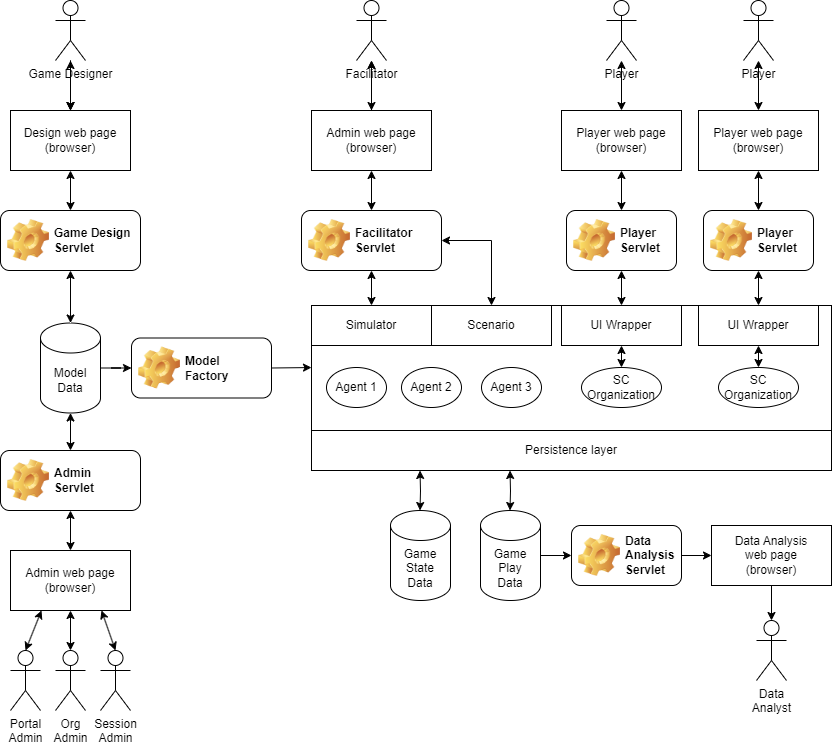
The draw.io diagram doc/4-architecture/diagrams/gscg-architecture.png in averbraeck/gscg-design, before a commit. Source tidied: cells renumbered, new cells last; positions are measured from the earlier drawing's top-left corner, leaving out a move shared by most shapes.
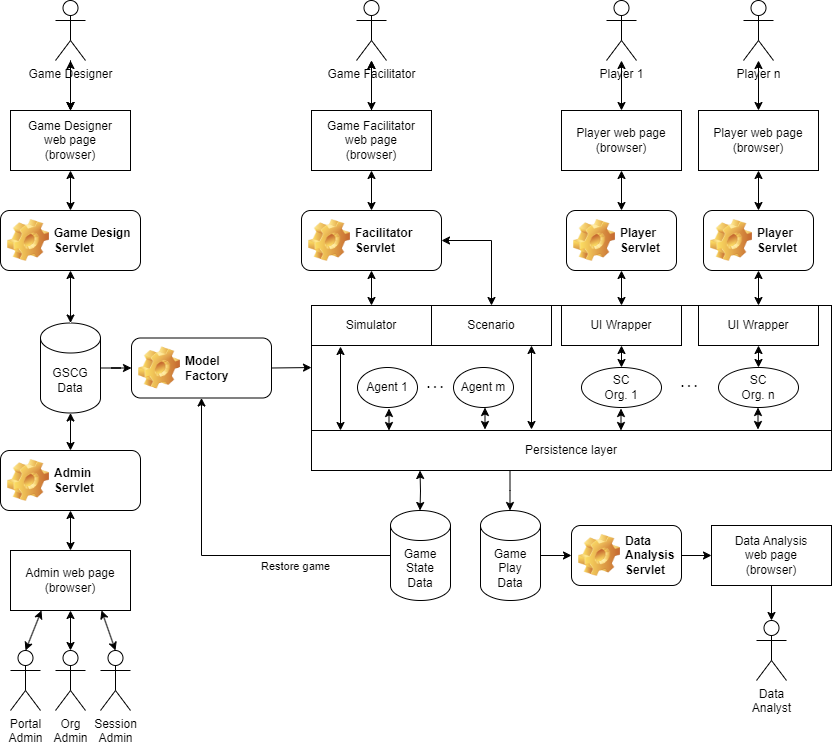
Above is the later version.

Commit message:
Clearer communication with the persistence layer

The edit, as a diff of the source:
```diff
@@ -5,13 +5,13 @@
     <mxCell id="2" style="edgeStyle=orthogonalEdgeStyle;rounded=0;jettySize=auto;html=1;" parent="1" edge="1" source="3" target="12">
       <mxGeometry relative="1" as="geometry" />
     </mxCell>
-    <mxCell id="3" value="Model&lt;br&gt;Data" style="shape=cylinder3;whiteSpace=wrap;html=1;boundedLbl=1;backgroundOutline=1;size=15;" parent="1" vertex="1">
+    <mxCell id="3" value="GSCG&lt;br&gt;Data" style="shape=cylinder3;whiteSpace=wrap;html=1;boundedLbl=1;backgroundOutline=1;size=15;" parent="1" vertex="1">
       <mxGeometry x="40" y="322.5" width="60" height="90" as="geometry" />
     </mxCell>
     <mxCell id="4" style="edgeStyle=orthogonalEdgeStyle;rounded=0;jettySize=auto;html=1;startArrow=classic;startFill=1;" parent="1" edge="1" source="5" target="11">
       <mxGeometry relative="1" as="geometry" />
     </mxCell>
-    <mxCell id="5" value="Design web page&lt;br&gt;(browser)&lt;div&gt;&lt;/div&gt;" style="rounded=0;whiteSpace=wrap;html=1;" parent="1" vertex="1">
+    <mxCell id="5" value="Game Designer&lt;br&gt;web page&lt;br&gt;(browser)&lt;div&gt;&lt;/div&gt;" style="rounded=0;whiteSpace=wrap;html=1;" parent="1" vertex="1">
       <mxGeometry x="10" y="110" width="120" height="60" as="geometry" />
     </mxCell>
     <mxCell id="6" style="edgeStyle=orthogonalEdgeStyle;rounded=0;jettySize=auto;html=1;startArrow=classic;startFill=1;" parent="1" edge="1" source="9" target="5">
@@ -59,31 +59,28 @@
     <mxCell id="20" style="edgeStyle=orthogonalEdgeStyle;rounded=0;jettySize=auto;html=1;" parent="1" edge="1" source="21" target="23">
       <mxGeometry relative="1" as="geometry" />
     </mxCell>
-    <mxCell id="21" value="Admin web page&lt;br&gt;(browser)&lt;div&gt;&lt;/div&gt;" style="rounded=0;whiteSpace=wrap;html=1;" parent="1" vertex="1">
+    <mxCell id="21" value="Game Facilitator&lt;br&gt;web page&lt;br&gt;(browser)&lt;div&gt;&lt;/div&gt;" style="rounded=0;whiteSpace=wrap;html=1;" parent="1" vertex="1">
       <mxGeometry x="311" y="110" width="120" height="60" as="geometry" />
     </mxCell>
     <mxCell id="22" style="edgeStyle=orthogonalEdgeStyle;rounded=0;jettySize=auto;html=1;startArrow=classic;startFill=1;" parent="1" edge="1" source="23" target="21">
       <mxGeometry relative="1" as="geometry" />
     </mxCell>
-    <mxCell id="23" value="Facilitator" style="shape=umlActor;verticalLabelPosition=bottom;verticalAlign=top;html=1;outlineConnect=0;" parent="1" vertex="1">
+    <mxCell id="23" value="Game Facilitator" style="shape=umlActor;verticalLabelPosition=bottom;verticalAlign=top;html=1;outlineConnect=0;" parent="1" vertex="1">
       <mxGeometry x="356" width="30" height="60" as="geometry" />
     </mxCell>
     <mxCell id="24" value="Scenario" style="rounded=0;whiteSpace=wrap;html=1;" parent="1" vertex="1">
       <mxGeometry x="431" y="305" width="120" height="40" as="geometry" />
     </mxCell>
     <mxCell id="25" value="Agent 1" style="ellipse;whiteSpace=wrap;html=1;" parent="1" vertex="1">
-      <mxGeometry x="326" y="367" width="60" height="40" as="geometry" />
+      <mxGeometry x="357" y="367" width="60" height="40" as="geometry" />
     </mxCell>
-    <mxCell id="26" value="Agent 2" style="ellipse;whiteSpace=wrap;html=1;" parent="1" vertex="1">
-      <mxGeometry x="401" y="367" width="60" height="40" as="geometry" />
+    <mxCell id="26" value="Agent m" style="ellipse;whiteSpace=wrap;html=1;" parent="1" vertex="1">
+      <mxGeometry x="453" y="367" width="60" height="40" as="geometry" />
     </mxCell>
-    <mxCell id="27" value="Agent 3" style="ellipse;whiteSpace=wrap;html=1;" parent="1" vertex="1">
-      <mxGeometry x="481" y="367" width="60" height="40" as="geometry" />
-    </mxCell>
-    <mxCell id="28" value="SC&lt;br&gt;Organization" style="ellipse;whiteSpace=wrap;html=1;" parent="1" vertex="1">
+    <mxCell id="28" value="SC&lt;br&gt;Org. 1" style="ellipse;whiteSpace=wrap;html=1;" parent="1" vertex="1">
       <mxGeometry x="581" y="367" width="80" height="40" as="geometry" />
     </mxCell>
-    <mxCell id="29" value="SC&lt;br&gt;Organization" style="ellipse;whiteSpace=wrap;html=1;" parent="1" vertex="1">
+    <mxCell id="29" value="SC&lt;br&gt;Org. n" style="ellipse;whiteSpace=wrap;html=1;" parent="1" vertex="1">
       <mxGeometry x="718" y="367" width="80" height="40" as="geometry" />
     </mxCell>
     <mxCell id="30" style="edgeStyle=orthogonalEdgeStyle;rounded=0;jettySize=auto;html=1;startArrow=classic;startFill=1;" parent="1" edge="1" source="31" target="35">
@@ -113,13 +110,13 @@
     <mxCell id="38" style="edgeStyle=orthogonalEdgeStyle;rounded=0;jettySize=auto;html=1;startArrow=classic;startFill=1;" parent="1" edge="1" source="39" target="43">
       <mxGeometry relative="1" as="geometry" />
     </mxCell>
-    <mxCell id="39" value="Player" style="shape=umlActor;verticalLabelPosition=bottom;verticalAlign=top;html=1;outlineConnect=0;" parent="1" vertex="1">
+    <mxCell id="39" value="Player 1" style="shape=umlActor;verticalLabelPosition=bottom;verticalAlign=top;html=1;outlineConnect=0;" parent="1" vertex="1">
       <mxGeometry x="606" width="30" height="60" as="geometry" />
     </mxCell>
     <mxCell id="40" style="edgeStyle=orthogonalEdgeStyle;rounded=0;jettySize=auto;html=1;startArrow=classic;startFill=1;" parent="1" edge="1" source="41" target="45">
       <mxGeometry relative="1" as="geometry" />
     </mxCell>
-    <mxCell id="41" value="Player" style="shape=umlActor;verticalLabelPosition=bottom;verticalAlign=top;html=1;outlineConnect=0;" parent="1" vertex="1">
+    <mxCell id="41" value="Player n" style="shape=umlActor;verticalLabelPosition=bottom;verticalAlign=top;html=1;outlineConnect=0;" parent="1" vertex="1">
       <mxGeometry x="743" width="30" height="60" as="geometry" />
     </mxCell>
     <mxCell id="42" style="edgeStyle=orthogonalEdgeStyle;rounded=0;jettySize=auto;html=1;startArrow=classic;startFill=1;" parent="1" edge="1" source="43" target="31">
@@ -137,6 +134,9 @@
     <mxCell id="46" value="Persistence layer" style="rounded=0;whiteSpace=wrap;html=1;" parent="1" vertex="1">
       <mxGeometry x="311" y="430" width="520" height="40" as="geometry" />
     </mxCell>
+    <mxCell id="67" value="Restore game" style="edgeStyle=orthogonalEdgeStyle;rounded=0;jettySize=auto;html=1;exitX=0;exitY=0.5;exitDx=0;exitDy=0;exitPerimeter=0;entryX=0.5;entryY=1;entryDx=0;entryDy=0;" parent="1" edge="1" source="47" target="12">
+      <mxGeometry x="-0.45" y="11" relative="1" as="geometry" />
+    </mxCell>
     <mxCell id="47" value="Game&lt;br&gt;State&lt;br&gt;Data" style="shape=cylinder3;whiteSpace=wrap;html=1;boundedLbl=1;backgroundOutline=1;size=15;" parent="1" vertex="1">
       <mxGeometry x="390" y="510" width="60" height="90" as="geometry" />
     </mxCell>
@@ -201,11 +201,57 @@
         <mxPoint x="419.5" y="510" as="targetPoint" />
       </mxGeometry>
     </mxCell>
-    <mxCell id="66" style="edgeStyle=orthogonalEdgeStyle;rounded=0;orthogonalLoop=1;jettySize=auto;html=1;startArrow=classic;startFill=1;exitX=0.5;exitY=1;exitDx=0;exitDy=0;" parent="1" edge="1">
+    <mxCell id="66" style="edgeStyle=orthogonalEdgeStyle;rounded=0;orthogonalLoop=1;jettySize=auto;html=1;startArrow=none;startFill=0;exitX=0.5;exitY=1;exitDx=0;exitDy=0;" parent="1" edge="1">
       <mxGeometry relative="1" as="geometry">
         <mxPoint x="509.5" y="470" as="sourcePoint" />
         <mxPoint x="509.5" y="510" as="targetPoint" />
+        <Array as="points">
+          <mxPoint x="510" y="490" />
+          <mxPoint x="510" y="490" />
+        </Array>
       </mxGeometry>
     </mxCell>
+    <mxCell id="68" style="edgeStyle=orthogonalEdgeStyle;rounded=0;orthogonalLoop=1;jettySize=auto;html=1;startArrow=classic;startFill=1;" parent="1" edge="1">
+      <mxGeometry relative="1" as="geometry">
+        <mxPoint x="757.5" y="407" as="sourcePoint" />
+        <mxPoint x="757.5" y="429" as="targetPoint" />
+      </mxGeometry>
+    </mxCell>
+    <mxCell id="69" style="edgeStyle=orthogonalEdgeStyle;rounded=0;orthogonalLoop=1;jettySize=auto;html=1;startArrow=classic;startFill=1;" parent="1" edge="1">
+      <mxGeometry relative="1" as="geometry">
+        <mxPoint x="620.5" y="408" as="sourcePoint" />
+        <mxPoint x="620.5" y="430" as="targetPoint" />
+      </mxGeometry>
+    </mxCell>
+    <mxCell id="70" style="edgeStyle=orthogonalEdgeStyle;rounded=0;orthogonalLoop=1;jettySize=auto;html=1;startArrow=classic;startFill=1;" parent="1" edge="1">
+      <mxGeometry relative="1" as="geometry">
+        <mxPoint x="484.5" y="407" as="sourcePoint" />
+        <mxPoint x="484.5" y="429" as="targetPoint" />
+      </mxGeometry>
+    </mxCell>
+    <mxCell id="71" style="edgeStyle=orthogonalEdgeStyle;rounded=0;orthogonalLoop=1;jettySize=auto;html=1;startArrow=classic;startFill=1;" parent="1" edge="1">
+      <mxGeometry relative="1" as="geometry">
+        <mxPoint x="388.5" y="408" as="sourcePoint" />
+        <mxPoint x="388.5" y="430" as="targetPoint" />
+      </mxGeometry>
+    </mxCell>
+    <mxCell id="72" style="endArrow=classic;startArrow=classic;html=1;rounded=0;" parent="1" edge="1">
+      <mxGeometry relative="1" as="geometry">
+        <mxPoint x="340" y="430" as="sourcePoint" />
+        <mxPoint x="340" y="346" as="targetPoint" />
+      </mxGeometry>
+    </mxCell>
+    <mxCell id="73" style="endArrow=classic;startArrow=classic;html=1;rounded=0;" parent="1" edge="1">
+      <mxGeometry relative="1" as="geometry">
+        <mxPoint x="531" y="429" as="sourcePoint" />
+        <mxPoint x="531" y="345" as="targetPoint" />
+      </mxGeometry>
+    </mxCell>
+    <mxCell id="74" value=". . ." style="text;html=1;align=center;verticalAlign=middle;whiteSpace=wrap;rounded=0;fontStyle=1;" parent="1" vertex="1">
+      <mxGeometry x="659" y="367.5" width="60" height="30" as="geometry" />
+    </mxCell>
+    <mxCell id="75" value=". . ." style="text;html=1;align=center;verticalAlign=middle;whiteSpace=wrap;rounded=0;fontStyle=1;" parent="1" vertex="1">
+      <mxGeometry x="405" y="369" width="60" height="30" as="geometry" />
+    </mxCell>
   </root>
 </mxGraphModel>
```
